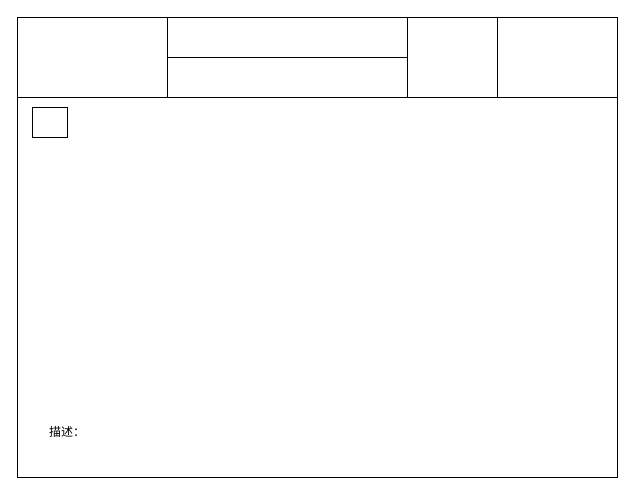
Earlier version of the draw.io diagram page "中介者模式" (8 of 23) of 设计模式/设计模式.drawio (damaoguo/Architect). Source tidied: cells renumbered, new cells numbered last; positions are measured from the earlier drawing's top-left corner, leaving out a move shared by most shapes. Both pictures are drawn from the tidied source at 100%, with x=0, y=0 at pixel (17, 17).
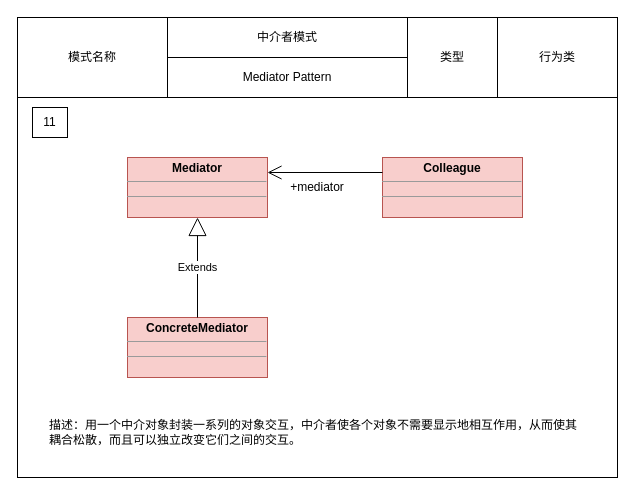
The same diagram, later.

The edit, as a diff of the source:
```diff
@@
 <mxGraphModel>
   <root>
     <mxCell id="0" />
     <mxCell id="1" parent="0" />
     <mxCell id="2" style="group;" parent="1" vertex="1">
       <mxGeometry width="600" height="460" as="geometry" />
     </mxCell>
     <mxCell id="3" style="rounded=0;whiteSpace=wrap;html=1;" parent="2" vertex="1">
       <mxGeometry width="600" height="460" as="geometry" />
     </mxCell>
     <mxCell id="4" style="rounded=0;whiteSpace=wrap;html=1;" parent="2" vertex="1">
       <mxGeometry y="80" width="600" height="380" as="geometry" />
     </mxCell>
-    <mxCell id="5" style="rounded=0;whiteSpace=wrap;html=1;" parent="2" vertex="1">
+    <mxCell id="5" value="模式名称" style="rounded=0;whiteSpace=wrap;html=1;" parent="2" vertex="1">
       <mxGeometry width="150" height="80" as="geometry" />
     </mxCell>
-    <mxCell id="6" style="rounded=0;whiteSpace=wrap;html=1;" parent="2" vertex="1">
+    <mxCell id="6" value="中介者模式" style="rounded=0;whiteSpace=wrap;html=1;" parent="2" vertex="1">
       <mxGeometry x="150" width="240" height="40" as="geometry" />
     </mxCell>
-    <mxCell id="7" style="rounded=0;whiteSpace=wrap;html=1;" parent="2" vertex="1">
+    <mxCell id="7" value="Mediator Pattern" style="rounded=0;whiteSpace=wrap;html=1;" parent="2" vertex="1">
       <mxGeometry x="150" y="40" width="240" height="40" as="geometry" />
     </mxCell>
-    <mxCell id="8" style="rounded=0;whiteSpace=wrap;html=1;" parent="2" vertex="1">
+    <mxCell id="8" value="类型" style="rounded=0;whiteSpace=wrap;html=1;" parent="2" vertex="1">
       <mxGeometry x="390" width="90" height="80" as="geometry" />
     </mxCell>
-    <mxCell id="9" style="rounded=0;whiteSpace=wrap;html=1;" parent="2" vertex="1">
+    <mxCell id="9" value="11" style="rounded=0;whiteSpace=wrap;html=1;" parent="2" vertex="1">
       <mxGeometry x="15" y="90" width="35" height="30" as="geometry" />
     </mxCell>
-    <mxCell id="10" value="描述：" style="text;html=1;strokeColor=none;fillColor=none;align=left;verticalAlign=middle;whiteSpace=wrap;rounded=0;" parent="2" vertex="1">
+    <mxCell id="10" value="描述：用一个中介对象封装一系列的对象交互，中介者使各个对象不需要显示地相互作用，从而使其耦合松散，而且可以独立改变它们之间的交互。" style="text;html=1;strokeColor=none;fillColor=none;align=left;verticalAlign=middle;whiteSpace=wrap;rounded=0;" parent="2" vertex="1">
       <mxGeometry x="30" y="400" width="540" height="30" as="geometry" />
     </mxCell>
+    <mxCell id="11" value="行为类" style="rounded=0;whiteSpace=wrap;html=1;" parent="2" vertex="1">
+      <mxGeometry x="480" width="120" height="80" as="geometry" />
+    </mxCell>
+    <mxCell id="12" value="&lt;p style=&quot;margin: 0px ; margin-top: 4px ; text-align: center&quot;&gt;&lt;b&gt;Mediator&lt;/b&gt;&lt;/p&gt;&lt;hr size=&quot;1&quot;&gt;&lt;div style=&quot;height: 2px&quot;&gt;&lt;/div&gt;&lt;hr size=&quot;1&quot;&gt;&lt;div style=&quot;height: 2px&quot;&gt;&lt;/div&gt;" style="verticalAlign=top;align=left;overflow=fill;fontSize=12;fontFamily=Helvetica;html=1;fillColor=#f8cecc;strokeColor=#b85450;" parent="2" vertex="1">
+      <mxGeometry x="110" y="140" width="140" height="60" as="geometry" />
+    </mxCell>
+    <mxCell id="13" value="&lt;p style=&quot;margin: 0px ; margin-top: 4px ; text-align: center&quot;&gt;&lt;b&gt;Colleague&lt;/b&gt;&lt;/p&gt;&lt;hr size=&quot;1&quot;&gt;&lt;div style=&quot;height: 2px&quot;&gt;&lt;/div&gt;&lt;hr size=&quot;1&quot;&gt;&lt;div style=&quot;height: 2px&quot;&gt;&lt;/div&gt;" style="verticalAlign=top;align=left;overflow=fill;fontSize=12;fontFamily=Helvetica;html=1;fillColor=#f8cecc;strokeColor=#b85450;" parent="2" vertex="1">
+      <mxGeometry x="365" y="140" width="140" height="60" as="geometry" />
+    </mxCell>
+    <mxCell id="14" value="&lt;p style=&quot;margin: 0px ; margin-top: 4px ; text-align: center&quot;&gt;&lt;b&gt;ConcreteMediator&lt;/b&gt;&lt;/p&gt;&lt;hr size=&quot;1&quot;&gt;&lt;div style=&quot;height: 2px&quot;&gt;&lt;/div&gt;&lt;hr size=&quot;1&quot;&gt;&lt;div style=&quot;height: 2px&quot;&gt;&lt;/div&gt;" style="verticalAlign=top;align=left;overflow=fill;fontSize=12;fontFamily=Helvetica;html=1;fillColor=#f8cecc;strokeColor=#b85450;" parent="2" vertex="1">
+      <mxGeometry x="110" y="300" width="140" height="60" as="geometry" />
+    </mxCell>
+    <mxCell id="15" value="Extends" style="endArrow=block;endSize=16;endFill=0;html=1;rounded=0;edgeStyle=orthogonalEdgeStyle;exitX=0.5;exitY=0;exitDx=0;exitDy=0;entryX=0.5;entryY=1;entryDx=0;entryDy=0;" parent="2" edge="1" source="14" target="12">
+      <mxGeometry relative="1" as="geometry" />
+    </mxCell>
+    <mxCell id="16" style="endArrow=open;endFill=1;endSize=12;html=1;rounded=0;edgeStyle=orthogonalEdgeStyle;exitX=0;exitY=0.25;exitDx=0;exitDy=0;entryX=1;entryY=0.25;entryDx=0;entryDy=0;" parent="2" edge="1" source="13" target="12">
+      <mxGeometry relative="1" as="geometry" />
+    </mxCell>
+    <mxCell id="17" value="+mediator" style="text;html=1;strokeColor=none;fillColor=none;align=center;verticalAlign=middle;whiteSpace=wrap;rounded=0;" parent="2" vertex="1">
+      <mxGeometry x="270" y="155" width="60" height="30" as="geometry" />
+    </mxCell>
   </root>
 </mxGraphModel>
```
